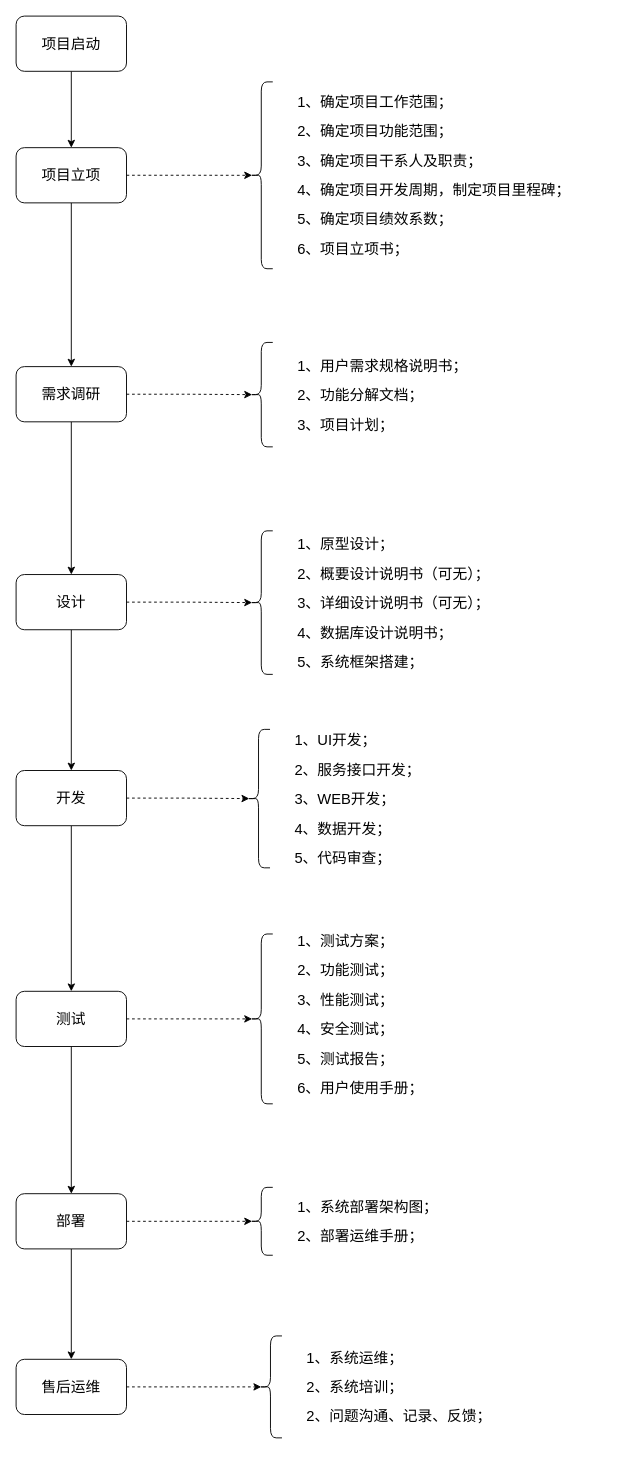
Before: 项目管理&绩效考核.drawio in z-cloud-z/draw, a draw.io diagram. Source tidied: cells renumbered, new cells numbered last; positions are measured from the earlier drawing's top-left corner, leaving out a move shared by most shapes. Both pictures are drawn from the tidied source at 92%, with x=0, y=0 at pixel (16, 16).
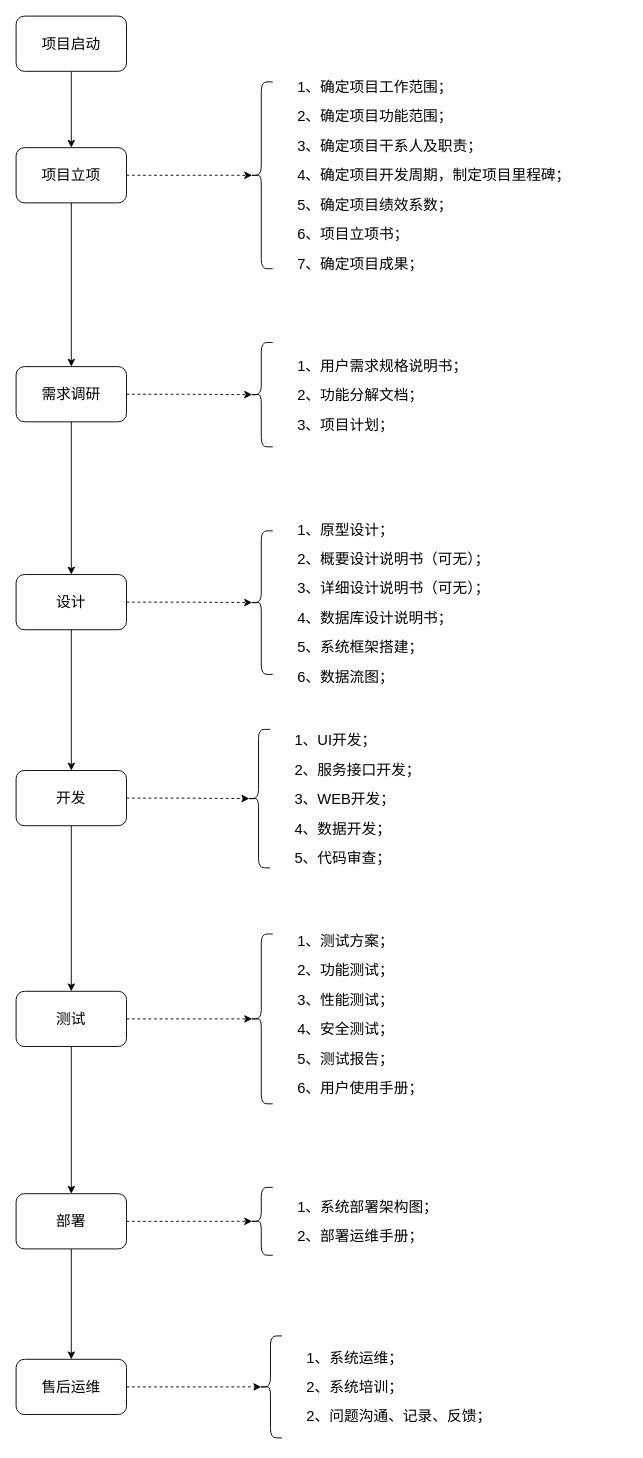
After the change.

Commit message:
更新项目管理&绩效考核.drawio

The change refers to these unchanged cells:
```xml
<mxCell id="18" style="group;fontSize=16;" parent="1" vertex="1">
  <mxGeometry x="254" y="63" width="400" height="220" as="geometry" />
</mxCell>
<mxCell id="30" style="group;fontSize=16;" parent="1" vertex="1">
  <mxGeometry x="254" y="553" width="400" height="169" as="geometry" />
</mxCell>
```

What changed in the source:
```diff
@@
-    <mxCell id="20" value="&lt;p style=&quot;line-height: 100%;&quot;&gt;1、确定项目工作范围；&lt;/p&gt;&lt;p style=&quot;line-height: 100%;&quot;&gt;2、确定项目功能范围；&lt;/p&gt;&lt;p style=&quot;line-height: 100%;&quot;&gt;3、确定项目干系人及职责；&lt;/p&gt;&lt;p style=&quot;line-height: 100%;&quot;&gt;4、确定项目开发周期，制定项目里程碑；&lt;/p&gt;&lt;p style=&quot;line-height: 100%;&quot;&gt;5、确定项目绩效系数；&lt;/p&gt;&lt;p style=&quot;line-height: 100%;&quot;&gt;6、项目立项书；&lt;/p&gt;" style="text;html=1;strokeColor=none;fillColor=none;align=left;verticalAlign=middle;whiteSpace=wrap;rounded=0;horizontal=1;fontSize=16;" parent="18" vertex="1">
+    <mxCell id="20" value="&lt;p style=&quot;line-height: 100%;&quot;&gt;1、确定项目工作范围；&lt;/p&gt;&lt;p style=&quot;line-height: 100%;&quot;&gt;2、确定项目功能范围；&lt;/p&gt;&lt;p style=&quot;line-height: 100%;&quot;&gt;3、确定项目干系人及职责；&lt;/p&gt;&lt;p style=&quot;line-height: 100%;&quot;&gt;4、确定项目开发周期，制定项目里程碑；&lt;/p&gt;&lt;p style=&quot;line-height: 100%;&quot;&gt;5、确定项目绩效系数；&lt;/p&gt;&lt;p style=&quot;line-height: 100%;&quot;&gt;6、项目立项书；&lt;/p&gt;&lt;p style=&quot;line-height: 100%;&quot;&gt;7、确定项目成果；&lt;/p&gt;" style="text;html=1;strokeColor=none;fillColor=none;align=left;verticalAlign=middle;whiteSpace=wrap;rounded=0;horizontal=1;fontSize=16;" parent="18" vertex="1">
       <mxGeometry x="50" width="350" height="220" as="geometry" />
     </mxCell>
@@
-    <mxCell id="32" value="&lt;p style=&quot;line-height: 100%;&quot;&gt;1、原型设计；&lt;/p&gt;&lt;p style=&quot;line-height: 100%;&quot;&gt;2、概要设计说明书（可无）；&lt;/p&gt;&lt;p style=&quot;line-height: 100%;&quot;&gt;3、详细设计说明书（可无）；&lt;/p&gt;&lt;p style=&quot;line-height: 100%;&quot;&gt;4、数据库设计说明书；&lt;/p&gt;&lt;p style=&quot;line-height: 100%;&quot;&gt;5、系统框架搭建；&lt;/p&gt;" style="text;html=1;strokeColor=none;fillColor=none;align=left;verticalAlign=middle;whiteSpace=wrap;rounded=0;horizontal=1;fontSize=16;" parent="30" vertex="1">
+    <mxCell id="32" value="&lt;p style=&quot;line-height: 100%;&quot;&gt;1、原型设计；&lt;/p&gt;&lt;p style=&quot;line-height: 100%;&quot;&gt;2、概要设计说明书（可无）；&lt;/p&gt;&lt;p style=&quot;line-height: 100%;&quot;&gt;3、详细设计说明书（可无）；&lt;/p&gt;&lt;p style=&quot;line-height: 100%;&quot;&gt;4、数据库设计说明书；&lt;/p&gt;&lt;p style=&quot;line-height: 100%;&quot;&gt;5、系统框架搭建；&lt;/p&gt;&lt;p style=&quot;line-height: 100%;&quot;&gt;6、数据流图；&lt;/p&gt;" style="text;html=1;strokeColor=none;fillColor=none;align=left;verticalAlign=middle;whiteSpace=wrap;rounded=0;horizontal=1;fontSize=16;" parent="30" vertex="1">
       <mxGeometry x="50" width="350" height="169" as="geometry" />
     </mxCell>
```
